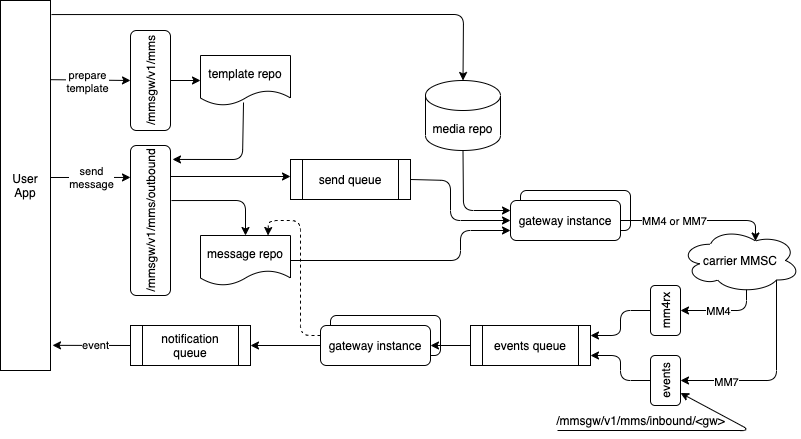
Above: mmsgw_outbound.png in drivefast/mmsgw (draw.io), before the change. Source tidied: cells renumbered, new cells last; positions are measured from the earlier drawing's top-left corner, leaving out a move shared by most shapes.
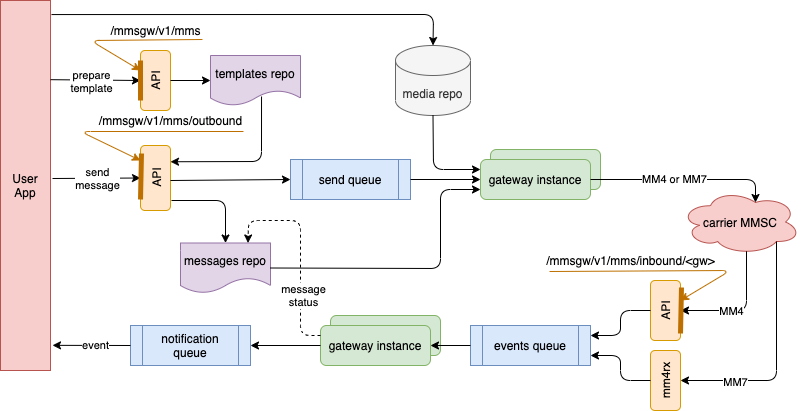
After the change.

The edit, as a diff of the source:
```diff
@@ -2,49 +2,49 @@
   <root>
     <mxCell id="0" />
     <mxCell id="1" parent="0" />
-    <mxCell id="2" value="/mmsgw/v1/mms" style="rounded=1;whiteSpace=wrap;html=1;horizontal=0;" parent="1" vertex="1">
-      <mxGeometry x="130" y="30" width="40" height="100" as="geometry" />
+    <mxCell id="2" value="API" style="rounded=1;whiteSpace=wrap;html=1;horizontal=0;fillColor=#ffe6cc;strokeColor=#d79b00;" parent="1" vertex="1">
+      <mxGeometry x="140" y="50" width="30" height="60" as="geometry" />
     </mxCell>
-    <mxCell id="3" value="/mmsgw/v1/mms/outbound" style="rounded=1;whiteSpace=wrap;html=1;horizontal=0;" parent="1" vertex="1">
-      <mxGeometry x="130" y="145" width="40" height="150" as="geometry" />
+    <mxCell id="3" value="API" style="rounded=1;whiteSpace=wrap;html=1;horizontal=0;fillColor=#ffe6cc;strokeColor=#d79b00;" parent="1" vertex="1">
+      <mxGeometry x="140" y="145" width="30" height="65" as="geometry" />
     </mxCell>
-    <mxCell id="4" value="template repo" style="shape=document;whiteSpace=wrap;html=1;boundedLbl=1;" parent="1" vertex="1">
-      <mxGeometry x="200" y="55" width="90" height="50" as="geometry" />
+    <mxCell id="4" value="templates repo" style="shape=document;whiteSpace=wrap;html=1;boundedLbl=1;fillColor=#e1d5e7;strokeColor=#9673a6;" parent="1" vertex="1">
+      <mxGeometry x="210" y="55" width="90" height="50" as="geometry" />
     </mxCell>
-    <mxCell id="5" value="media repo" style="shape=cylinder3;whiteSpace=wrap;html=1;boundedLbl=1;backgroundOutline=1;size=15;" parent="1" vertex="1">
-      <mxGeometry x="425" y="80" width="75" height="70" as="geometry" />
+    <mxCell id="5" value="media repo" style="shape=cylinder3;whiteSpace=wrap;html=1;boundedLbl=1;backgroundOutline=1;size=15;fillColor=#f5f5f5;strokeColor=#666666;fontColor=#333333;" parent="1" vertex="1">
+      <mxGeometry x="395" y="45" width="75" height="70" as="geometry" />
     </mxCell>
-    <mxCell id="6" value="send queue" style="shape=process;whiteSpace=wrap;html=1;backgroundOutline=1;" parent="1" vertex="1">
+    <mxCell id="6" value="send queue" style="shape=process;whiteSpace=wrap;html=1;backgroundOutline=1;fillColor=#dae8fc;strokeColor=#6c8ebf;" parent="1" vertex="1">
       <mxGeometry x="290" y="159" width="120" height="40" as="geometry" />
     </mxCell>
-    <mxCell id="7" style="rounded=1;whiteSpace=wrap;html=1;" parent="1" vertex="1">
-      <mxGeometry x="520" y="190" width="110" height="40" as="geometry" />
+    <mxCell id="7" style="rounded=1;whiteSpace=wrap;html=1;fillColor=#d5e8d4;strokeColor=#82b366;" parent="1" vertex="1">
+      <mxGeometry x="490" y="149" width="110" height="40" as="geometry" />
     </mxCell>
-    <mxCell id="8" value="carrier MMSC" style="ellipse;shape=cloud;whiteSpace=wrap;html=1;" parent="1" vertex="1">
-      <mxGeometry x="680" y="227.5" width="120" height="65" as="geometry" />
+    <mxCell id="8" value="carrier MMSC" style="ellipse;shape=cloud;whiteSpace=wrap;html=1;fillColor=#f8cecc;strokeColor=#b85450;" parent="1" vertex="1">
+      <mxGeometry x="680" y="189" width="120" height="65" as="geometry" />
     </mxCell>
-    <mxCell id="9" value="gateway instance" style="rounded=1;whiteSpace=wrap;html=1;" parent="1" vertex="1">
-      <mxGeometry x="510" y="200" width="110" height="40" as="geometry" />
+    <mxCell id="9" value="gateway instance" style="rounded=1;whiteSpace=wrap;html=1;fillColor=#d5e8d4;strokeColor=#82b366;" parent="1" vertex="1">
+      <mxGeometry x="480" y="159" width="110" height="40" as="geometry" />
     </mxCell>
-    <mxCell id="10" style="rounded=1;whiteSpace=wrap;html=1;" parent="1" vertex="1">
+    <mxCell id="10" style="rounded=1;whiteSpace=wrap;html=1;fillColor=#d5e8d4;strokeColor=#82b366;" parent="1" vertex="1">
       <mxGeometry x="330" y="315" width="110" height="40" as="geometry" />
     </mxCell>
-    <mxCell id="11" value="gateway instance" style="rounded=1;whiteSpace=wrap;html=1;" parent="1" vertex="1">
+    <mxCell id="11" value="gateway instance" style="rounded=1;whiteSpace=wrap;html=1;fillColor=#d5e8d4;strokeColor=#82b366;" parent="1" vertex="1">
       <mxGeometry x="320" y="325" width="110" height="40" as="geometry" />
     </mxCell>
-    <mxCell id="12" value="events queue" style="shape=process;whiteSpace=wrap;html=1;backgroundOutline=1;" parent="1" vertex="1">
+    <mxCell id="12" value="events queue" style="shape=process;whiteSpace=wrap;html=1;backgroundOutline=1;fillColor=#dae8fc;strokeColor=#6c8ebf;" parent="1" vertex="1">
       <mxGeometry x="470" y="325" width="120" height="40" as="geometry" />
     </mxCell>
-    <mxCell id="13" value="notification queue" style="shape=process;whiteSpace=wrap;html=1;backgroundOutline=1;" parent="1" vertex="1">
+    <mxCell id="13" value="notification queue" style="shape=process;whiteSpace=wrap;html=1;backgroundOutline=1;fillColor=#dae8fc;strokeColor=#6c8ebf;" parent="1" vertex="1">
       <mxGeometry x="130" y="325" width="120" height="40" as="geometry" />
     </mxCell>
-    <mxCell id="14" value="User App" style="rounded=0;whiteSpace=wrap;html=1;" parent="1" vertex="1">
+    <mxCell id="14" value="User App" style="rounded=0;whiteSpace=wrap;html=1;fillColor=#f8cecc;strokeColor=#b85450;" parent="1" vertex="1">
       <mxGeometry width="50" height="370" as="geometry" />
     </mxCell>
     <mxCell id="15" style="endArrow=classic;html=1;exitX=1.02;exitY=0.038;exitDx=0;exitDy=0;exitPerimeter=0;entryX=0.5;entryY=0;entryDx=0;entryDy=0;entryPerimeter=0;" parent="1" edge="1" source="14" target="5">
       <mxGeometry relative="1" as="geometry">
         <Array as="points">
-          <mxPoint x="463" y="14" />
+          <mxPoint x="433" y="14" />
         </Array>
       </mxGeometry>
     </mxCell>
@@ -54,42 +54,43 @@
     <mxCell id="17" value="prepare&lt;br&gt;template" style="edgeLabel;html=1;align=center;verticalAlign=middle;" parent="16" vertex="1">
       <mxGeometry x="-0.09" y="-1" relative="1" as="geometry" />
     </mxCell>
-    <mxCell id="18" style="endArrow=classic;html=1;entryX=0;entryY=0.213;entryDx=0;entryDy=0;entryPerimeter=0;" parent="1" edge="1" target="3">
+    <mxCell id="18" style="endArrow=classic;html=1;entryX=0;entryY=0.5;entryDx=0;entryDy=0;" parent="1" edge="1" target="3">
       <mxGeometry relative="1" as="geometry">
-        <mxPoint x="50" y="177" as="sourcePoint" />
+        <mxPoint x="52" y="178" as="sourcePoint" />
       </mxGeometry>
     </mxCell>
     <mxCell id="19" value="send&lt;br&gt;message" style="edgeLabel;html=1;align=center;verticalAlign=middle;" parent="18" vertex="1">
       <mxGeometry x="0.03" relative="1" as="geometry" />
     </mxCell>
-    <mxCell id="20" style="endArrow=classic;html=1;" parent="1" edge="1">
+    <mxCell id="20" style="endArrow=classic;html=1;entryX=0;entryY=0.5;entryDx=0;entryDy=0;" parent="1" edge="1" target="6">
       <mxGeometry relative="1" as="geometry">
-        <mxPoint x="170" y="176" as="sourcePoint" />
-        <mxPoint x="290" y="176" as="targetPoint" />
+        <mxPoint x="170" y="180" as="sourcePoint" />
       </mxGeometry>
     </mxCell>
     <mxCell id="21" style="endArrow=classic;html=1;entryX=0;entryY=0.25;entryDx=0;entryDy=0;exitX=0.5;exitY=1;exitDx=0;exitDy=0;exitPerimeter=0;" parent="1" edge="1" source="5" target="9">
       <mxGeometry relative="1" as="geometry">
         <Array as="points">
-          <mxPoint x="463" y="210" />
+          <mxPoint x="433" y="169" />
         </Array>
       </mxGeometry>
     </mxCell>
-    <mxCell id="22" style="endArrow=classic;html=1;entryX=0.625;entryY=0.2;entryDx=0;entryDy=0;entryPerimeter=0;exitX=1;exitY=0.5;exitDx=0;exitDy=0;" parent="1" edge="1" source="9" target="8">
+    <mxCell id="22" style="endArrow=classic;html=1;exitX=1;exitY=0.5;exitDx=0;exitDy=0;entryX=0.625;entryY=0.2;entryDx=0;entryDy=0;entryPerimeter=0;" parent="1" edge="1" source="9" target="8">
       <mxGeometry relative="1" as="geometry">
         <Array as="points">
-          <mxPoint x="755" y="220" />
+          <mxPoint x="755" y="179" />
         </Array>
       </mxGeometry>
     </mxCell>
     <mxCell id="23" value="MM4 or MM7" style="edgeLabel;html=1;align=center;verticalAlign=middle;" parent="22" vertex="1">
-      <mxGeometry x="-0.32" relative="1" as="geometry" />
+      <mxGeometry x="-0.32" relative="1" as="geometry">
+        <mxPoint x="19" y="-0.6" as="offset" />
+      </mxGeometry>
     </mxCell>
-    <mxCell id="24" value="mm4rx" style="rounded=1;whiteSpace=wrap;html=1;horizontal=0;" parent="1" vertex="1">
-      <mxGeometry x="650" y="285" width="30" height="50" as="geometry" />
+    <mxCell id="24" value="API" style="rounded=1;whiteSpace=wrap;html=1;horizontal=0;fillColor=#ffe6cc;strokeColor=#d79b00;" parent="1" vertex="1">
+      <mxGeometry x="650" y="280" width="30" height="60" as="geometry" />
     </mxCell>
-    <mxCell id="25" value="events" style="rounded=1;whiteSpace=wrap;html=1;horizontal=0;" parent="1" vertex="1">
-      <mxGeometry x="650" y="355" width="30" height="50" as="geometry" />
+    <mxCell id="25" value="mm4rx" style="rounded=1;whiteSpace=wrap;html=1;horizontal=0;fillColor=#ffe6cc;strokeColor=#d79b00;" parent="1" vertex="1">
+      <mxGeometry x="650" y="350" width="30" height="60" as="geometry" />
     </mxCell>
     <mxCell id="26" style="endArrow=classic;html=1;entryX=1;entryY=0.5;entryDx=0;entryDy=0;exitX=0.55;exitY=0.95;exitDx=0;exitDy=0;exitPerimeter=0;" parent="1" edge="1" source="8" target="24">
       <mxGeometry relative="1" as="geometry">
@@ -146,36 +147,32 @@
     <mxCell id="36" style="endArrow=classic;html=1;entryX=0;entryY=0.5;entryDx=0;entryDy=0;exitX=1;exitY=0.5;exitDx=0;exitDy=0;" parent="1" edge="1" source="2" target="4">
       <mxGeometry relative="1" as="geometry" />
     </mxCell>
-    <mxCell id="37" style="endArrow=classic;html=1;entryX=1.05;entryY=0.093;entryDx=0;entryDy=0;entryPerimeter=0;exitX=0.478;exitY=0.94;exitDx=0;exitDy=0;exitPerimeter=0;" parent="1" edge="1" source="4" target="3">
+    <mxCell id="37" style="endArrow=classic;html=1;entryX=1;entryY=0.25;entryDx=0;entryDy=0;exitX=0.567;exitY=0.82;exitDx=0;exitDy=0;exitPerimeter=0;" parent="1" edge="1" source="4" target="3">
       <mxGeometry relative="1" as="geometry">
         <Array as="points">
-          <mxPoint x="242" y="159" />
+          <mxPoint x="261" y="161" />
         </Array>
       </mxGeometry>
     </mxCell>
-    <mxCell id="38" value="message repo" style="shape=document;whiteSpace=wrap;html=1;boundedLbl=1;" parent="1" vertex="1">
-      <mxGeometry x="200" y="235" width="90" height="50" as="geometry" />
+    <mxCell id="38" value="messages repo" style="shape=document;whiteSpace=wrap;html=1;boundedLbl=1;fillColor=#e1d5e7;strokeColor=#9673a6;" parent="1" vertex="1">
+      <mxGeometry x="180" y="242.5" width="90" height="50" as="geometry" />
     </mxCell>
     <mxCell id="39" style="endArrow=classic;html=1;entryX=0;entryY=0.5;entryDx=0;entryDy=0;exitX=1;exitY=0.5;exitDx=0;exitDy=0;" parent="1" edge="1" source="6" target="9">
-      <mxGeometry relative="1" as="geometry">
-        <Array as="points">
-          <mxPoint x="450" y="180" />
-          <mxPoint x="450" y="220" />
-        </Array>
-      </mxGeometry>
+      <mxGeometry relative="1" as="geometry" />
     </mxCell>
-    <mxCell id="40" style="endArrow=classic;html=1;exitX=1.025;exitY=0.367;exitDx=0;exitDy=0;exitPerimeter=0;entryX=0.5;entryY=0;entryDx=0;entryDy=0;" parent="1" edge="1" source="3" target="38">
+    <mxCell id="40" style="endArrow=classic;html=1;entryX=0.5;entryY=0;entryDx=0;entryDy=0;" parent="1" edge="1" target="38">
       <mxGeometry relative="1" as="geometry">
+        <mxPoint x="171" y="200" as="sourcePoint" />
         <Array as="points">
-          <mxPoint x="245" y="200" />
+          <mxPoint x="225" y="200" />
         </Array>
       </mxGeometry>
     </mxCell>
     <mxCell id="41" style="endArrow=classic;html=1;entryX=0;entryY=0.75;entryDx=0;entryDy=0;exitX=1;exitY=0.5;exitDx=0;exitDy=0;" parent="1" edge="1" source="38" target="9">
       <mxGeometry relative="1" as="geometry">
         <Array as="points">
-          <mxPoint x="460" y="260" />
-          <mxPoint x="460" y="230" />
+          <mxPoint x="440" y="268" />
+          <mxPoint x="440" y="189" />
         </Array>
       </mxGeometry>
     </mxCell>
@@ -184,19 +181,62 @@
         <Array as="points">
           <mxPoint x="300" y="335" />
           <mxPoint x="300" y="220" />
-          <mxPoint x="268" y="220" />
+          <mxPoint x="248" y="220" />
         </Array>
       </mxGeometry>
     </mxCell>
+    <mxCell id="45" value="message&lt;br&gt;status" style="edgeLabel;html=1;align=center;verticalAlign=middle;" parent="42" vertex="1">
+      <mxGeometry x="-0.42" y="-2" relative="1" as="geometry" />
+    </mxCell>
-    <mxCell id="43" style="endArrow=classic;html=1;exitX=0.039;exitY=1;exitDx=0;exitDy=0;exitPerimeter=0;entryX=1;entryY=0.75;entryDx=0;entryDy=0;" parent="1" edge="1" source="44" target="25">
+    <mxCell id="43" style="endArrow=classic;html=1;strokeColor=#BD7000;exitX=0.05;exitY=1.05;exitDx=0;exitDy=0;exitPerimeter=0;" parent="1" edge="1" source="44">
       <mxGeometry relative="1" as="geometry">
+        <mxPoint x="680" y="300" as="targetPoint" />
         <Array as="points">
-          <mxPoint x="750" y="430" />
+          <mxPoint x="730" y="270" />
         </Array>
       </mxGeometry>
     </mxCell>
     <mxCell id="44" value="/mmsgw/v1/mms/inbound/&amp;lt;gw&amp;gt;" style="text;html=1;align=center;verticalAlign=middle;points=[];" parent="1" vertex="1">
-      <mxGeometry x="550" y="410" width="180" height="20" as="geometry" />
+      <mxGeometry x="540" y="250" width="180" height="20" as="geometry" />
     </mxCell>
+    <mxCell id="46" value="&lt;span style=&quot;background-color: rgb(255 , 255 , 255)&quot;&gt;/mmsgw/v1/mms/outbound&lt;/span&gt;" style="text;html=1;align=center;verticalAlign=middle;points=[];" parent="1" vertex="1">
+      <mxGeometry x="90" y="110" width="160" height="20" as="geometry" />
+    </mxCell>
+    <mxCell id="47" value="&lt;span style=&quot;background-color: rgb(255 , 255 , 255)&quot;&gt;/mmsgw/v1/mms&lt;/span&gt;" style="text;html=1;align=center;verticalAlign=middle;points=[];" parent="1" vertex="1">
+      <mxGeometry x="100" y="20" width="110" height="20" as="geometry" />
+    </mxCell>
+    <mxCell id="48" style="endArrow=none;html=1;strokeWidth=5;strokeColor=#BD7000;" parent="1" edge="1">
+      <mxGeometry relative="1" as="geometry">
+        <mxPoint x="140" y="100" as="sourcePoint" />
+        <mxPoint x="140" y="60" as="targetPoint" />
+      </mxGeometry>
+    </mxCell>
+    <mxCell id="49" style="endArrow=none;html=1;strokeWidth=5;strokeColor=#BD7000;entryX=0.033;entryY=0.123;entryDx=0;entryDy=0;entryPerimeter=0;" parent="1" edge="1" target="3">
+      <mxGeometry relative="1" as="geometry">
+        <mxPoint x="140" y="199" as="sourcePoint" />
+      </mxGeometry>
+    </mxCell>
+    <mxCell id="50" style="endArrow=none;html=1;strokeWidth=5;strokeColor=#BD7000;entryX=0.033;entryY=0.123;entryDx=0;entryDy=0;entryPerimeter=0;" parent="1" edge="1">
+      <mxGeometry relative="1" as="geometry">
+        <mxPoint x="680" y="333" as="sourcePoint" />
+        <mxPoint x="681" y="287" as="targetPoint" />
+      </mxGeometry>
+    </mxCell>
+    <mxCell id="51" style="endArrow=classic;html=1;strokeColor=#BD7000;strokeWidth=1;exitX=0.927;exitY=0.95;exitDx=0;exitDy=0;exitPerimeter=0;" parent="1" edge="1" source="47">
+      <mxGeometry relative="1" as="geometry">
+        <mxPoint x="140" y="70" as="targetPoint" />
+        <Array as="points">
+          <mxPoint x="90" y="40" />
+        </Array>
+      </mxGeometry>
+    </mxCell>
+    <mxCell id="52" style="endArrow=classic;html=1;strokeColor=#BD7000;strokeWidth=1;exitX=0.956;exitY=1.05;exitDx=0;exitDy=0;exitPerimeter=0;" parent="1" edge="1" source="46">
+      <mxGeometry relative="1" as="geometry">
+        <mxPoint x="140" y="160" as="targetPoint" />
+        <Array as="points">
+          <mxPoint x="80" y="131" />
+        </Array>
+      </mxGeometry>
+    </mxCell>
   </root>
 </mxGraphModel>
```
